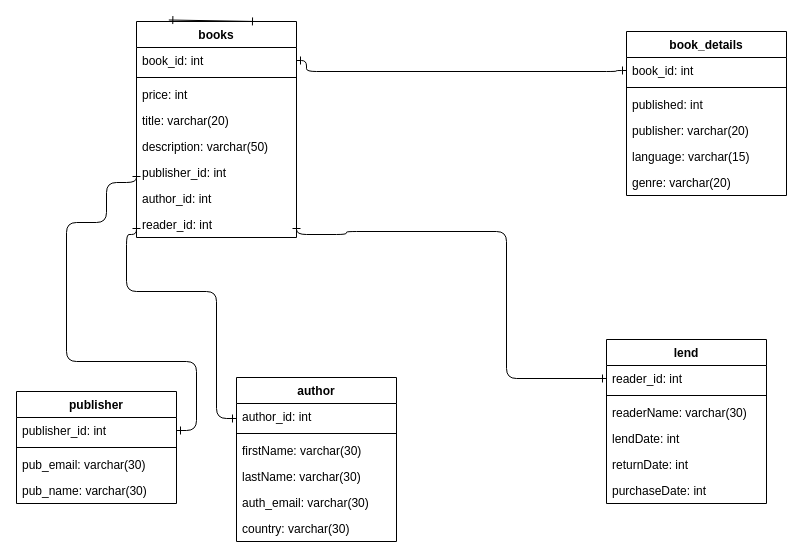
Before: Back End/Database Development v19.0/books.drawio in Bilajbeg/Codefactory-Folders, a draw.io diagram. Source tidied: cells renumbered, new cells numbered last; positions are measured from the earlier drawing's top-left corner, leaving out a move shared by most shapes. Both pictures are drawn from the tidied source at 100%, with x=0, y=0 at pixel (16, 21).
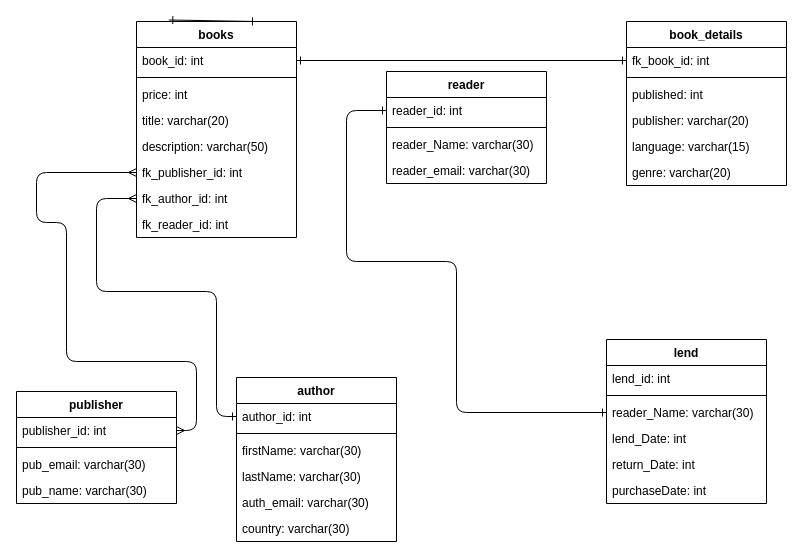
The same diagram, later.

The change refers to these unchanged cells:
```xml
<mxCell id="2" value="books" style="swimlane;fontStyle=1;align=center;verticalAlign=top;horizontal=1;startSize=26;" parent="1" vertex="1">
  <mxGeometry x="120" width="160" height="216" as="geometry" />
</mxCell>
<mxCell id="3" value="book_id: int" style="text;strokeColor=none;fillColor=none;align=left;verticalAlign=top;spacingLeft=4;spacingRight=4;overflow=hidden;points=[[0,0.5],[1,0.5]];portConstraint=eastwest;" parent="2" vertex="1">
  <mxGeometry y="26" width="160" height="26" as="geometry" />
</mxCell>
<mxCell id="20" value="publisher_id: int" style="text;strokeColor=none;fillColor=none;align=left;verticalAlign=top;spacingLeft=4;spacingRight=4;overflow=hidden;points=[[0,0.5],[1,0.5]];portConstraint=eastwest;" parent="19" vertex="1">
  <mxGeometry y="26" width="160" height="26" as="geometry" />
</mxCell>
<mxCell id="25" value="author" style="swimlane;fontStyle=1;align=center;verticalAlign=top;horizontal=1;startSize=26;" parent="1" vertex="1">
  <mxGeometry x="220" y="356" width="160" height="164" as="geometry" />
</mxCell>
<mxCell id="26" value="author_id: int" style="text;strokeColor=none;fillColor=none;align=left;verticalAlign=top;spacingLeft=4;spacingRight=4;overflow=hidden;points=[[0,0.5],[1,0.5]];portConstraint=eastwest;" parent="25" vertex="1">
  <mxGeometry y="26" width="160" height="26" as="geometry" />
</mxCell>
<mxCell id="32" value="lend" style="swimlane;fontStyle=1;align=center;verticalAlign=top;horizontal=1;startSize=26;" parent="1" vertex="1">
  <mxGeometry x="590" y="318" width="160" height="164" as="geometry" />
</mxCell>
```

The edit, as a diff of the source:
```diff
@@
-    <mxCell id="8" value="publisher_id: int" style="text;strokeColor=none;fillColor=none;align=left;verticalAlign=top;spacingLeft=4;spacingRight=4;overflow=hidden;points=[[0,0.5],[1,0.5]];portConstraint=eastwest;" parent="2" vertex="1">
+    <mxCell id="8" value="fk_publisher_id: int" style="text;strokeColor=none;fillColor=none;align=left;verticalAlign=top;spacingLeft=4;spacingRight=4;overflow=hidden;points=[[0,0.5],[1,0.5]];portConstraint=eastwest;" parent="2" vertex="1">
       <mxGeometry y="138" width="160" height="26" as="geometry" />
     </mxCell>
-    <mxCell id="9" value="author_id: int" style="text;strokeColor=none;fillColor=none;align=left;verticalAlign=top;spacingLeft=4;spacingRight=4;overflow=hidden;points=[[0,0.5],[1,0.5]];portConstraint=eastwest;" parent="2" vertex="1">
+    <mxCell id="9" value="fk_author_id: int" style="text;strokeColor=none;fillColor=none;align=left;verticalAlign=top;spacingLeft=4;spacingRight=4;overflow=hidden;points=[[0,0.5],[1,0.5]];portConstraint=eastwest;" parent="2" vertex="1">
       <mxGeometry y="164" width="160" height="26" as="geometry" />
     </mxCell>
-    <mxCell id="10" value="reader_id: int" style="text;strokeColor=none;fillColor=none;align=left;verticalAlign=top;spacingLeft=4;spacingRight=4;overflow=hidden;points=[[0,0.5],[1,0.5]];portConstraint=eastwest;" parent="2" vertex="1">
+    <mxCell id="10" value="fk_reader_id: int" style="text;strokeColor=none;fillColor=none;align=left;verticalAlign=top;spacingLeft=4;spacingRight=4;overflow=hidden;points=[[0,0.5],[1,0.5]];portConstraint=eastwest;" parent="2" vertex="1">
       <mxGeometry y="190" width="160" height="26" as="geometry" />
     </mxCell>
     <mxCell id="11" value="book_details" style="swimlane;fontStyle=1;align=center;verticalAlign=top;horizontal=1;startSize=26;" parent="1" vertex="1">
-      <mxGeometry x="610" y="10" width="160" height="164" as="geometry" />
+      <mxGeometry x="610" width="160" height="164" as="geometry" />
     </mxCell>
-    <mxCell id="12" value="book_id: int" style="text;strokeColor=none;fillColor=none;align=left;verticalAlign=top;spacingLeft=4;spacingRight=4;overflow=hidden;points=[[0,0.5],[1,0.5]];portConstraint=eastwest;" parent="11" vertex="1">
+    <mxCell id="12" value="fk_book_id: int" style="text;strokeColor=none;fillColor=none;align=left;verticalAlign=top;spacingLeft=4;spacingRight=4;overflow=hidden;points=[[0,0.5],[1,0.5]];portConstraint=eastwest;" parent="11" vertex="1">
       <mxGeometry y="26" width="160" height="26" as="geometry" />
     </mxCell>
@@
-    <mxCell id="18" style="edgeStyle=orthogonalEdgeStyle;html=1;exitX=1;exitY=0.5;exitDx=0;exitDy=0;startArrow=ERone;startFill=0;endArrow=ERone;endFill=0;entryX=0;entryY=0.5;entryDx=0;entryDy=0;" parent="1" edge="1" source="3" target="12">
-      <mxGeometry relative="1" as="geometry">
-        <Array as="points">
-          <mxPoint x="290" y="50" />
-          <mxPoint x="600" y="50" />
-          <mxPoint x="600" y="49" />
-        </Array>
-      </mxGeometry>
-    </mxCell>
@@
-    <mxCell id="24" style="edgeStyle=orthogonalEdgeStyle;html=1;exitX=1;exitY=0.5;exitDx=0;exitDy=0;entryX=0;entryY=0.5;entryDx=0;entryDy=0;startArrow=ERone;startFill=0;endArrow=ERone;endFill=0;" parent="1" edge="1" source="20" target="8">
+    <mxCell id="24" style="edgeStyle=orthogonalEdgeStyle;html=1;exitX=1;exitY=0.5;exitDx=0;exitDy=0;entryX=0;entryY=0.5;entryDx=0;entryDy=0;startArrow=ERmany;startFill=0;endArrow=ERmany;endFill=0;" parent="1" edge="1" source="20" target="8">
       <mxGeometry relative="1" as="geometry">
         <Array as="points">
           <mxPoint x="180" y="409" />
           <mxPoint x="180" y="340" />
           <mxPoint x="50" y="340" />
           <mxPoint x="50" y="201" />
-          <mxPoint x="90" y="201" />
-          <mxPoint x="90" y="161" />
+          <mxPoint x="20" y="201" />
+          <mxPoint x="20" y="151" />
         </Array>
       </mxGeometry>
     </mxCell>
@@
-    <mxCell id="33" value="reader_id: int" style="text;strokeColor=none;fillColor=none;align=left;verticalAlign=top;spacingLeft=4;spacingRight=4;overflow=hidden;points=[[0,0.5],[1,0.5]];portConstraint=eastwest;" parent="32" vertex="1">
+    <mxCell id="33" value="lend_id: int" style="text;strokeColor=none;fillColor=none;align=left;verticalAlign=top;spacingLeft=4;spacingRight=4;overflow=hidden;points=[[0,0.5],[1,0.5]];portConstraint=eastwest;" parent="32" vertex="1">
       <mxGeometry y="26" width="160" height="26" as="geometry" />
     </mxCell>
@@
-    <mxCell id="35" value="readerName: varchar(30)" style="text;strokeColor=none;fillColor=none;align=left;verticalAlign=top;spacingLeft=4;spacingRight=4;overflow=hidden;points=[[0,0.5],[1,0.5]];portConstraint=eastwest;" parent="32" vertex="1">
+    <mxCell id="35" value="reader_Name: varchar(30)" style="text;strokeColor=none;fillColor=none;align=left;verticalAlign=top;spacingLeft=4;spacingRight=4;overflow=hidden;points=[[0,0.5],[1,0.5]];portConstraint=eastwest;" parent="32" vertex="1">
       <mxGeometry y="60" width="160" height="26" as="geometry" />
     </mxCell>
-    <mxCell id="36" value="lendDate: int" style="text;strokeColor=none;fillColor=none;align=left;verticalAlign=top;spacingLeft=4;spacingRight=4;overflow=hidden;" parent="32" vertex="1">
+    <mxCell id="36" value="lend_Date: int" style="text;strokeColor=none;fillColor=none;align=left;verticalAlign=top;spacingLeft=4;spacingRight=4;overflow=hidden;" parent="32" vertex="1">
       <mxGeometry y="86" width="160" height="26" as="geometry" />
     </mxCell>
-    <mxCell id="37" value="returnDate: int" style="text;strokeColor=none;fillColor=none;align=left;verticalAlign=top;spacingLeft=4;spacingRight=4;overflow=hidden;" parent="32" vertex="1">
+    <mxCell id="37" value="return_Date: int" style="text;strokeColor=none;fillColor=none;align=left;verticalAlign=top;spacingLeft=4;spacingRight=4;overflow=hidden;" parent="32" vertex="1">
       <mxGeometry y="112" width="160" height="26" as="geometry" />
     </mxCell>
@@
-    <mxCell id="39" style="edgeStyle=orthogonalEdgeStyle;html=1;exitX=1;exitY=0.5;exitDx=0;exitDy=0;entryX=0;entryY=0.5;entryDx=0;entryDy=0;startArrow=ERone;startFill=0;endArrow=ERone;endFill=0;" parent="1" edge="1" source="10" target="33">
-      <mxGeometry relative="1" as="geometry">
-        <Array as="points">
-          <mxPoint x="330" y="213" />
-          <mxPoint x="330" y="210" />
-          <mxPoint x="490" y="210" />
-          <mxPoint x="490" y="357" />
-        </Array>
-      </mxGeometry>
-    </mxCell>
-    <mxCell id="40" style="edgeStyle=orthogonalEdgeStyle;html=1;exitX=0;exitY=0.5;exitDx=0;exitDy=0;entryX=0;entryY=0.25;entryDx=0;entryDy=0;startArrow=ERone;startFill=0;endArrow=ERone;endFill=0;" parent="1" edge="1" source="10" target="25">
-      <mxGeometry relative="1" as="geometry">
-        <Array as="points">
-          <mxPoint x="110" y="213" />
-          <mxPoint x="110" y="270" />
-          <mxPoint x="200" y="270" />
-          <mxPoint x="200" y="397" />
-        </Array>
-      </mxGeometry>
-    </mxCell>
@@
+    <mxCell id="42" style="edgeStyle=orthogonalEdgeStyle;html=1;exitX=0;exitY=0.5;exitDx=0;exitDy=0;entryX=0;entryY=0.5;entryDx=0;entryDy=0;startArrow=ERmany;startFill=0;endArrow=ERone;endFill=0;" parent="1" edge="1" source="9" target="26">
+      <mxGeometry relative="1" as="geometry">
+        <Array as="points">
+          <mxPoint x="80" y="177" />
+          <mxPoint x="80" y="270" />
+          <mxPoint x="200" y="270" />
+          <mxPoint x="200" y="395" />
+        </Array>
+      </mxGeometry>
+    </mxCell>
+    <mxCell id="18" style="edgeStyle=none;html=1;exitX=1;exitY=0.5;exitDx=0;exitDy=0;entryX=0;entryY=0.5;entryDx=0;entryDy=0;startArrow=ERone;startFill=0;endArrow=ERone;endFill=0;" parent="1" edge="1" source="3" target="12">
+      <mxGeometry relative="1" as="geometry" />
+    </mxCell>
+    <mxCell id="43" value="reader" style="swimlane;fontStyle=1;align=center;verticalAlign=top;horizontal=1;startSize=26;" parent="1" vertex="1">
+      <mxGeometry x="370" y="50" width="160" height="112" as="geometry" />
+    </mxCell>
+    <mxCell id="44" value="reader_id: int" style="text;strokeColor=none;fillColor=none;align=left;verticalAlign=top;spacingLeft=4;spacingRight=4;overflow=hidden;points=[[0,0.5],[1,0.5]];portConstraint=eastwest;" parent="43" vertex="1">
+      <mxGeometry y="26" width="160" height="26" as="geometry" />
+    </mxCell>
+    <mxCell id="45" style="line;strokeWidth=1;fillColor=none;align=left;verticalAlign=middle;spacingTop=-1;spacingLeft=3;spacingRight=3;labelPosition=right;strokeColor=inherit;" parent="43" vertex="1">
+      <mxGeometry y="52" width="160" height="8" as="geometry" />
+    </mxCell>
+    <mxCell id="46" value="reader_Name: varchar(30)" style="text;strokeColor=none;fillColor=none;align=left;verticalAlign=top;spacingLeft=4;spacingRight=4;overflow=hidden;" parent="43" vertex="1">
+      <mxGeometry y="60" width="160" height="26" as="geometry" />
+    </mxCell>
+    <mxCell id="47" value="reader_email: varchar(30)" style="text;strokeColor=none;fillColor=none;align=left;verticalAlign=top;spacingLeft=4;spacingRight=4;overflow=hidden;" parent="43" vertex="1">
+      <mxGeometry y="86" width="160" height="26" as="geometry" />
+    </mxCell>
+    <mxCell id="48" style="edgeStyle=orthogonalEdgeStyle;html=1;exitX=0;exitY=0.5;exitDx=0;exitDy=0;entryX=0;entryY=0.5;entryDx=0;entryDy=0;startArrow=ERone;startFill=0;endArrow=ERone;endFill=0;" parent="1" edge="1" source="44" target="35">
+      <mxGeometry relative="1" as="geometry">
+        <Array as="points">
+          <mxPoint x="330" y="89" />
+          <mxPoint x="330" y="240" />
+          <mxPoint x="440" y="240" />
+          <mxPoint x="440" y="391" />
+        </Array>
+      </mxGeometry>
+    </mxCell>
```
